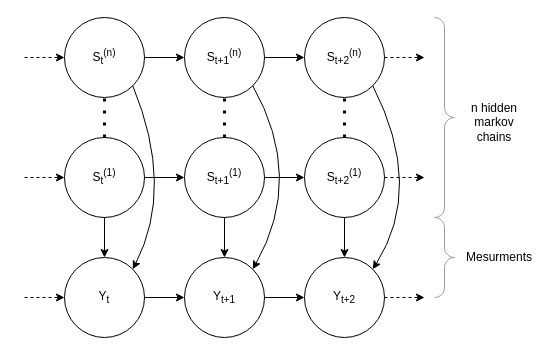
The draw.io diagram poster/figures/drawio/FHMM.drawio in BenjaminFrazer/thesis_tools, before the edit. Source tidied: cells renumbered, new cells numbered last; positions are measured from the earlier drawing's top-left corner, leaving out a move shared by most shapes. Both pictures are drawn from the tidied source at 100%, with x=0, y=0 at pixel (24, 17).
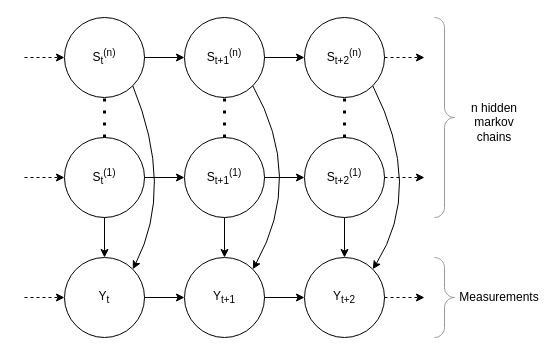
The same diagram, later.

Change to the diagram source:
```diff
@@
     <mxCell id="34" style="labelPosition=right;align=left;strokeWidth=1;shape=mxgraph.mockup.markup.curlyBrace;html=1;shadow=0;dashed=0;strokeColor=#999999;direction=north;rotation=-180;" parent="1" vertex="1">
-      <mxGeometry x="410" y="200" width="20" height="80" as="geometry" />
+      <mxGeometry x="410" y="240" width="20" height="80" as="geometry" />
     </mxCell>
-    <mxCell id="35" value="Mesurments" style="text;html=1;strokeColor=none;fillColor=none;align=center;verticalAlign=middle;whiteSpace=wrap;rounded=0;" parent="1" vertex="1">
-      <mxGeometry x="440" y="205" width="70" height="70" as="geometry" />
+    <mxCell id="35" value="Measurements" style="text;html=1;strokeColor=none;fillColor=none;align=center;verticalAlign=middle;whiteSpace=wrap;rounded=0;" parent="1" vertex="1">
+      <mxGeometry x="440" y="245" width="70" height="70" as="geometry" />
     </mxCell>
```
